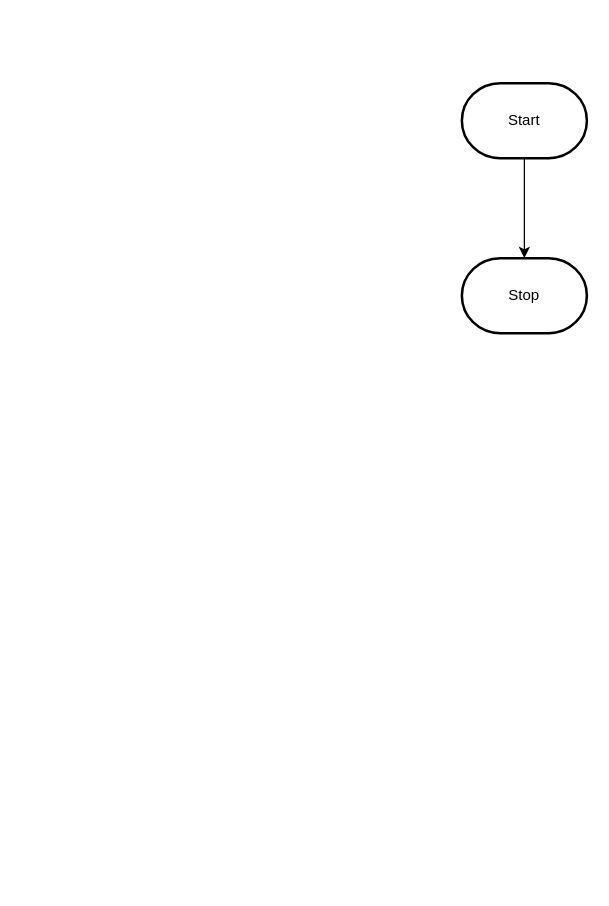
The draw.io diagram design/flowchart.drawio in MTHS-TEJ2O-1-2023/TEJ2O-Unit-2-07-Ernest-Choy, before the edit. Source tidied: cells renumbered, new cells numbered last; positions are measured from the earlier drawing's top-left corner, leaving out a move shared by most shapes. Both pictures are drawn from the tidied source at 125%, with x=0, y=0 at pixel (461, 82).
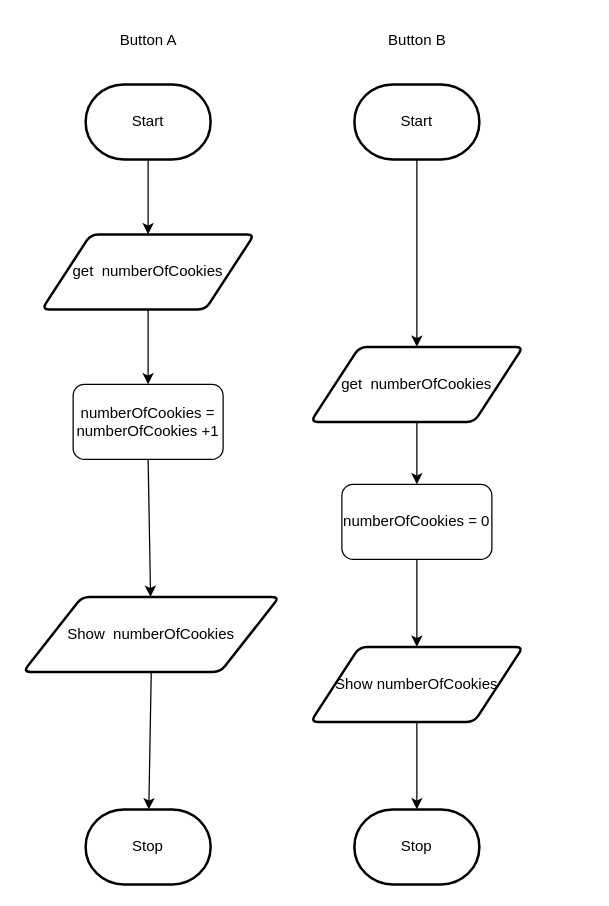
Above is the later version.

Change to the diagram source:
```diff
@@
-    <mxCell id="2" style="edgeStyle=orthogonalEdgeStyle;html=1;rounded=0;" parent="1" edge="1" source="3" target="4">
-      <mxGeometry relative="1" as="geometry" />
-    </mxCell>
+    <mxCell id="5" style="edgeStyle=none;html=1;exitX=0.5;exitY=1;exitDx=0;exitDy=0;exitPerimeter=0;" parent="1" edge="1" source="3" target="9">
+      <mxGeometry relative="1" as="geometry" />
+    </mxCell>
     <mxCell id="3" value="Start" style="strokeWidth=2;html=1;shape=mxgraph.flowchart.terminator;whiteSpace=wrap;" parent="1" vertex="1">
-      <mxGeometry width="100" height="60" as="geometry" />
+      <mxGeometry x="-301" y="1" width="100" height="60" as="geometry" />
     </mxCell>
     <mxCell id="4" value="Stop" style="strokeWidth=2;html=1;shape=mxgraph.flowchart.terminator;whiteSpace=wrap;" parent="1" vertex="1">
-      <mxGeometry y="140" width="100" height="60" as="geometry" />
+      <mxGeometry x="-86" y="581" width="100" height="60" as="geometry" />
     </mxCell>
+    <mxCell id="2" value="Stop" style="strokeWidth=2;html=1;shape=mxgraph.flowchart.terminator;whiteSpace=wrap;" parent="1" vertex="1">
+      <mxGeometry x="-301" y="581" width="100" height="60" as="geometry" />
+    </mxCell>
+    <mxCell id="6" style="edgeStyle=none;html=1;exitX=0.5;exitY=1;exitDx=0;exitDy=0;exitPerimeter=0;entryX=0.5;entryY=0;entryDx=0;entryDy=0;" parent="1" edge="1" source="7" target="15">
+      <mxGeometry relative="1" as="geometry" />
+    </mxCell>
+    <mxCell id="7" value="Start" style="strokeWidth=2;html=1;shape=mxgraph.flowchart.terminator;whiteSpace=wrap;" parent="1" vertex="1">
+      <mxGeometry x="-86" y="1" width="100" height="60" as="geometry" />
+    </mxCell>
+    <mxCell id="8" style="edgeStyle=none;html=1;exitX=0.5;exitY=1;exitDx=0;exitDy=0;" parent="1" edge="1" source="9" target="11">
+      <mxGeometry relative="1" as="geometry" />
+    </mxCell>
+    <mxCell id="9" value="get&amp;nbsp; numberOfCookies" style="shape=parallelogram;html=1;strokeWidth=2;perimeter=parallelogramPerimeter;whiteSpace=wrap;rounded=1;arcSize=12;size=0.23;" parent="1" vertex="1">
+      <mxGeometry x="-336" y="121" width="170" height="60" as="geometry" />
+    </mxCell>
+    <mxCell id="10" style="edgeStyle=none;html=1;exitX=0.5;exitY=1;exitDx=0;exitDy=0;" parent="1" edge="1" source="11" target="13">
+      <mxGeometry relative="1" as="geometry" />
+    </mxCell>
+    <mxCell id="11" value="numberOfCookies = numberOfCookies +1" style="rounded=1;whiteSpace=wrap;html=1;" parent="1" vertex="1">
+      <mxGeometry x="-311" y="241" width="120" height="60" as="geometry" />
+    </mxCell>
+    <mxCell id="12" style="edgeStyle=none;html=1;exitX=0.5;exitY=1;exitDx=0;exitDy=0;" parent="1" edge="1" source="13" target="2">
+      <mxGeometry relative="1" as="geometry" />
+    </mxCell>
+    <mxCell id="13" value="Show&amp;nbsp; numberOfCookies" style="shape=parallelogram;html=1;strokeWidth=2;perimeter=parallelogramPerimeter;whiteSpace=wrap;rounded=1;arcSize=12;size=0.23;" parent="1" vertex="1">
+      <mxGeometry x="-351" y="411" width="205" height="60" as="geometry" />
+    </mxCell>
+    <mxCell id="14" style="edgeStyle=none;html=1;exitX=0.5;exitY=1;exitDx=0;exitDy=0;" parent="1" edge="1" source="15" target="17">
+      <mxGeometry relative="1" as="geometry" />
+    </mxCell>
+    <mxCell id="15" value="get&amp;nbsp; numberOfCookies" style="shape=parallelogram;html=1;strokeWidth=2;perimeter=parallelogramPerimeter;whiteSpace=wrap;rounded=1;arcSize=12;size=0.23;" parent="1" vertex="1">
+      <mxGeometry x="-121" y="211" width="170" height="60" as="geometry" />
+    </mxCell>
+    <mxCell id="16" style="edgeStyle=none;html=1;exitX=0.5;exitY=1;exitDx=0;exitDy=0;" parent="1" edge="1" source="17" target="19">
+      <mxGeometry relative="1" as="geometry" />
+    </mxCell>
+    <mxCell id="17" value="numberOfCookies = 0" style="rounded=1;whiteSpace=wrap;html=1;" parent="1" vertex="1">
+      <mxGeometry x="-96" y="321" width="120" height="60" as="geometry" />
+    </mxCell>
+    <mxCell id="18" style="edgeStyle=none;html=1;exitX=0.5;exitY=1;exitDx=0;exitDy=0;entryX=0.5;entryY=0;entryDx=0;entryDy=0;entryPerimeter=0;" parent="1" edge="1" source="19" target="4">
+      <mxGeometry relative="1" as="geometry" />
+    </mxCell>
+    <mxCell id="19" value="Show numberOfCookies" style="shape=parallelogram;html=1;strokeWidth=2;perimeter=parallelogramPerimeter;whiteSpace=wrap;rounded=1;arcSize=12;size=0.23;" parent="1" vertex="1">
+      <mxGeometry x="-121" y="451" width="170" height="60" as="geometry" />
+    </mxCell>
+    <mxCell id="20" value="Button A" style="text;html=1;align=center;verticalAlign=middle;strokeColor=none;fillColor=none;" parent="1" vertex="1">
+      <mxGeometry x="-286" y="-49" width="70" height="30" as="geometry" />
+    </mxCell>
+    <mxCell id="21" value="Button B" style="text;html=1;align=center;verticalAlign=middle;strokeColor=none;fillColor=none;" parent="1" vertex="1">
+      <mxGeometry x="-71" y="-49" width="70" height="30" as="geometry" />
+    </mxCell>
```
